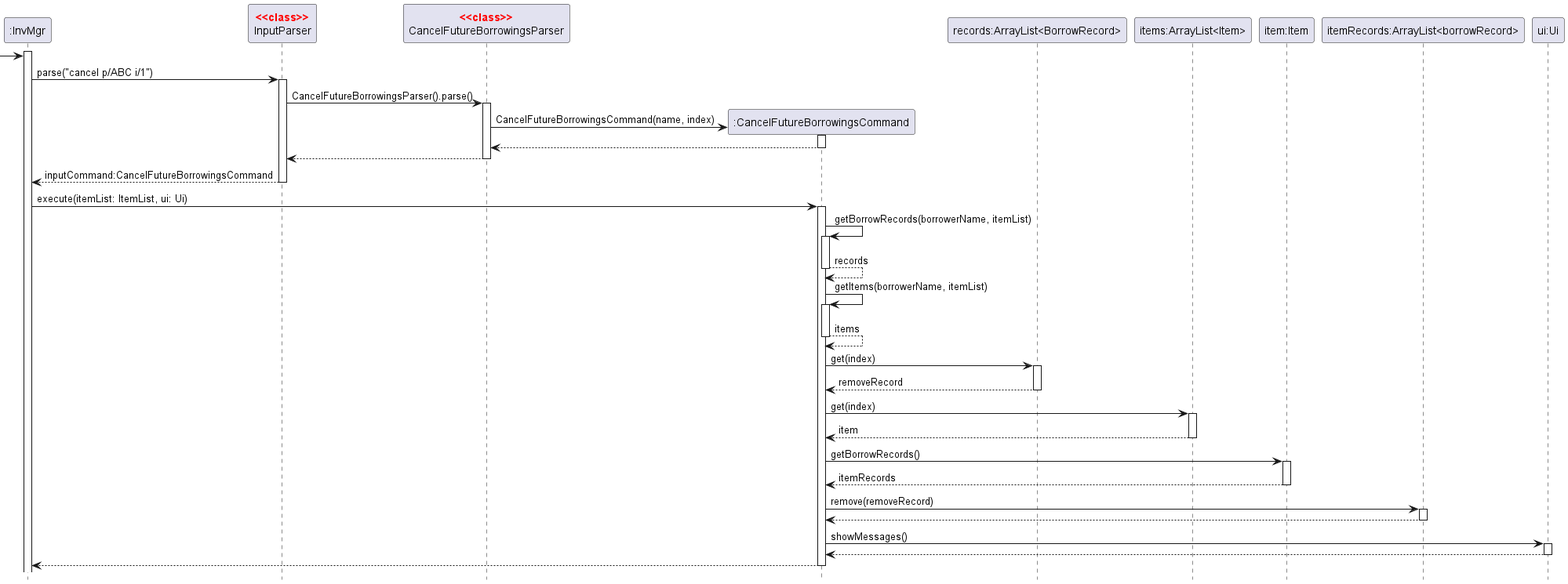
Earlier version of the PlantUML export docs/img/CancelFutureBorrowingsSequenceDiagram.png (nus-cs2113-AY2122S2/tp).
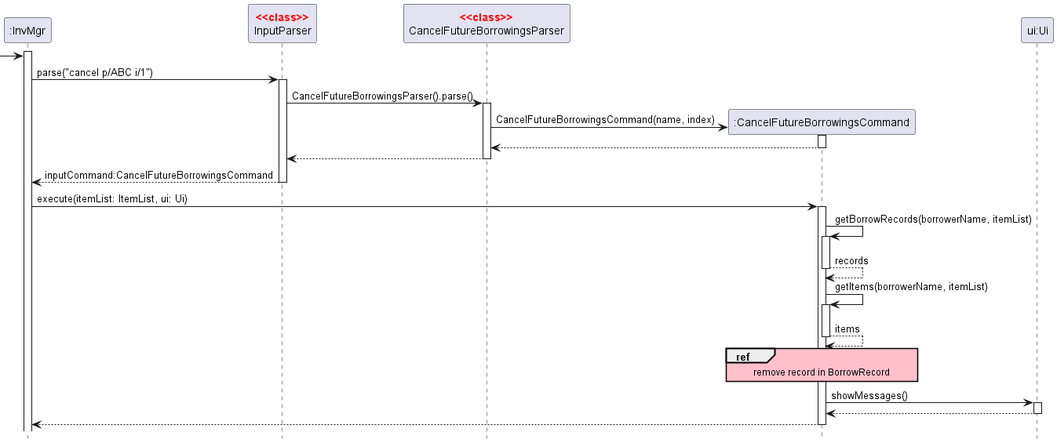
Later version of the same file.

What changed in the source:
```diff
@@ -3,15 +3,12 @@
 skinparam guillemet false
 skinparam sequenceStereotypeFontColor red
 skinparam sequenceStereotypeFontStyle bold
+skinparam SequenceReferenceBackgroundColor pink
 
 Participant ":InvMgr" as invmgr
 Participant "InputParser" as parser <<class>>
 Participant "CancelFutureBorrowingsParser" as cancelparser <<class>>
 Participant ":CancelFutureBorrowingsCommand" as cancelcmd
-Participant "records:ArrayList<BorrowRecord>" as rmvrcd
-Participant "items:ArrayList<Item>" as itmlst
-Participant "item:Item" as itm
-Participant "itemRecords:ArrayList<borrowRecord>" as itmrcd
 Participant "ui:Ui" as ui
 
 activate invmgr
@@ -40,21 +37,9 @@
 activate cancelcmd
 return items
 
-cancelcmd -> rmvrcd:get(index)
-activate rmvrcd
-return removeRecord
-
-cancelcmd -> itmlst:get(index)
-activate itmlst
-return item
-
-cancelcmd -> itm:getBorrowRecords()
-activate itm
-return itemRecords
-
-cancelcmd -> itmrcd:remove(removeRecord)
-activate itmrcd
-return
+ref over cancelcmd
+remove record in BorrowRecord
+end ref
 
 cancelcmd -> ui:showMessages()
 activate ui
```
